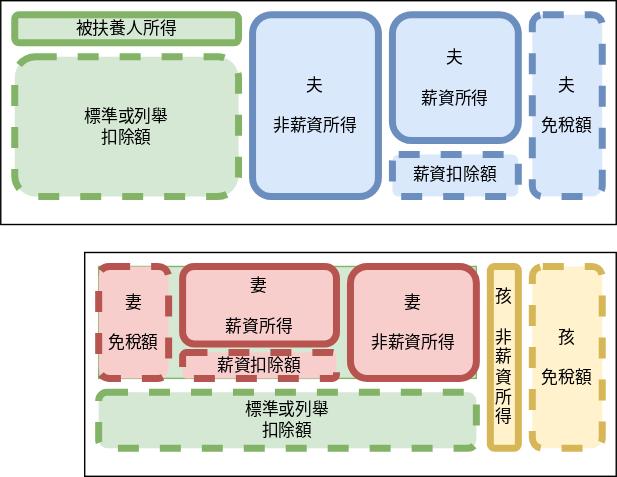
oopzzozzo/route-110 keeps this draw.io diagram as content/posts/leveraging-childrens-tax-allowance/married-and-tax-with-child.svg. Above is the earlier version. Source tidied: cells renumbered, new cells last; positions are measured from the earlier drawing's top-left corner, leaving out a move shared by most shapes. Source of this version:
```xml
<mxGraphModel>
  <root>
    <mxCell id="0" />
    <mxCell id="1" parent="0" />
    <mxCell id="2" value="&lt;div&gt;標準或列舉&lt;/div&gt;&lt;div&gt;扣除額&lt;/div&gt;" style="rounded=1;whiteSpace=wrap;html=1;fillColor=#d5e8d4;strokeColor=#82b366;strokeWidth=5;dashed=1;" parent="1" vertex="1">
      <mxGeometry x="10" y="40" width="160" height="100" as="geometry" />
    </mxCell>
    <mxCell id="3" value="被扶養人所得" style="rounded=1;whiteSpace=wrap;html=1;fillColor=#d5e8d4;strokeColor=#82b366;strokeWidth=5;" parent="1" vertex="1">
      <mxGeometry x="10" y="10" width="160" height="20" as="geometry" />
    </mxCell>
    <mxCell id="4" value="&lt;div&gt;夫&lt;/div&gt;&lt;div&gt;&lt;br&gt;&lt;/div&gt;&lt;div&gt;非薪資所得&lt;/div&gt;" style="rounded=1;whiteSpace=wrap;html=1;fillColor=#dae8fc;strokeColor=#6c8ebf;strokeWidth=5;" parent="1" vertex="1">
      <mxGeometry x="180" y="10" width="90" height="130" as="geometry" />
    </mxCell>
    <mxCell id="5" value="&lt;div&gt;夫&lt;/div&gt;&lt;div&gt;&lt;br&gt;&lt;/div&gt;&lt;div&gt;薪資所得&lt;/div&gt;" style="rounded=1;whiteSpace=wrap;html=1;fillColor=#dae8fc;strokeColor=#6c8ebf;strokeWidth=5;" parent="1" vertex="1">
      <mxGeometry x="280" y="10" width="90" height="90" as="geometry" />
    </mxCell>
    <mxCell id="6" value="&lt;div&gt;夫&lt;/div&gt;&lt;div&gt;&lt;br&gt;&lt;/div&gt;&lt;div&gt;免稅額&lt;/div&gt;" style="rounded=1;whiteSpace=wrap;html=1;fillColor=#dae8fc;strokeColor=#6c8ebf;strokeWidth=5;dashed=1;" parent="1" vertex="1">
      <mxGeometry x="380" y="10" width="50" height="130" as="geometry" />
    </mxCell>
    <mxCell id="7" value="薪資扣除額" style="rounded=1;whiteSpace=wrap;html=1;fillColor=#dae8fc;strokeColor=#6c8ebf;strokeWidth=5;dashed=1;" parent="1" vertex="1">
      <mxGeometry x="280" y="110" width="90" height="30" as="geometry" />
    </mxCell>
    <mxCell id="8" value="&lt;div&gt;標準或列舉&lt;/div&gt;&lt;div&gt;扣除額&lt;/div&gt;" style="rounded=1;whiteSpace=wrap;html=1;fillColor=#d5e8d4;strokeColor=#82b366;strokeWidth=5;dashed=1;" parent="1" vertex="1">
      <mxGeometry x="70" y="280" width="270" height="40" as="geometry" />
    </mxCell>
    <mxCell id="9" value="&lt;div&gt;孩&lt;/div&gt;&lt;div&gt;&lt;br&gt;&lt;/div&gt;&lt;div&gt;非薪資所得&lt;/div&gt;" style="rounded=1;whiteSpace=wrap;html=1;fillColor=#fff2cc;strokeColor=#d6b656;strokeWidth=5;" parent="1" vertex="1">
      <mxGeometry x="350" y="190" width="20" height="130" as="geometry" />
    </mxCell>
    <mxCell id="10" value="&lt;div&gt;孩&lt;/div&gt;&lt;div&gt;&lt;br&gt;&lt;/div&gt;&lt;div&gt;免稅額&lt;/div&gt;" style="rounded=1;whiteSpace=wrap;html=1;fillColor=#fff2cc;strokeColor=#d6b656;strokeWidth=5;dashed=1;" parent="1" vertex="1">
      <mxGeometry x="380" y="190" width="50" height="130" as="geometry" />
    </mxCell>
    <mxCell id="11" style="group;fillColor=#d5e8d4;strokeColor=#82b366;" parent="1" vertex="1">
      <mxGeometry x="70" y="190" width="270" height="80" as="geometry" />
    </mxCell>
    <mxCell id="12" value="&lt;div&gt;妻&lt;/div&gt;&lt;div&gt;&lt;br&gt;&lt;/div&gt;&lt;div&gt;非薪資所得&lt;/div&gt;" style="rounded=1;whiteSpace=wrap;html=1;fillColor=#f8cecc;strokeColor=#b85450;strokeWidth=5;" parent="11" vertex="1">
      <mxGeometry x="180" width="90" height="80" as="geometry" />
    </mxCell>
    <mxCell id="13" value="&lt;div&gt;妻&lt;/div&gt;&lt;div&gt;&lt;br&gt;&lt;/div&gt;&lt;div&gt;薪資所得&lt;/div&gt;" style="rounded=1;whiteSpace=wrap;html=1;fillColor=#f8cecc;strokeColor=#b85450;strokeWidth=5;" parent="11" vertex="1">
      <mxGeometry x="60" width="110" height="55.4" as="geometry" />
    </mxCell>
    <mxCell id="14" value="&lt;div&gt;妻&lt;/div&gt;&lt;div&gt;&lt;br&gt;&lt;/div&gt;&lt;div&gt;免稅額&lt;/div&gt;" style="rounded=1;whiteSpace=wrap;html=1;fillColor=#f8cecc;strokeColor=#b85450;strokeWidth=5;dashed=1;" parent="11" vertex="1">
      <mxGeometry width="50" height="80" as="geometry" />
    </mxCell>
    <mxCell id="15" value="薪資扣除額" style="rounded=1;whiteSpace=wrap;html=1;fillColor=#f8cecc;strokeColor=#b85450;strokeWidth=5;dashed=1;" parent="11" vertex="1">
      <mxGeometry x="60" y="61.5" width="110" height="18.5" as="geometry" />
    </mxCell>
    <mxCell id="16" style="rounded=0;whiteSpace=wrap;html=1;fillColor=none;" parent="1" vertex="1">
      <mxGeometry width="440" height="160" as="geometry" />
    </mxCell>
    <mxCell id="17" style="rounded=0;whiteSpace=wrap;html=1;fillColor=none;" parent="1" vertex="1">
      <mxGeometry x="60" y="180" width="380" height="160" as="geometry" />
    </mxCell>
  </root>
</mxGraphModel>
```
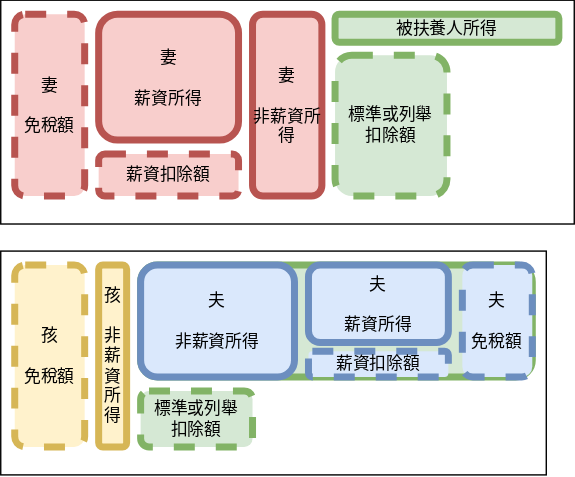
Later version of the same file.

What changed in the source:
```diff
@@ -2,53 +2,56 @@
   <root>
     <mxCell id="0" />
     <mxCell id="1" parent="0" />
-    <mxCell id="2" value="&lt;div&gt;標準或列舉&lt;/div&gt;&lt;div&gt;扣除額&lt;/div&gt;" style="rounded=1;whiteSpace=wrap;html=1;fillColor=#d5e8d4;strokeColor=#82b366;strokeWidth=5;dashed=1;" parent="1" vertex="1">
-      <mxGeometry x="10" y="40" width="160" height="100" as="geometry" />
-    </mxCell>
-    <mxCell id="3" value="被扶養人所得" style="rounded=1;whiteSpace=wrap;html=1;fillColor=#d5e8d4;strokeColor=#82b366;strokeWidth=5;" parent="1" vertex="1">
-      <mxGeometry x="10" y="10" width="160" height="20" as="geometry" />
-    </mxCell>
+    <mxCell id="18" style="rounded=0;whiteSpace=wrap;html=1;fillColor=none;" parent="1" vertex="1">
+      <mxGeometry x="-140" y="180" width="390" height="160" as="geometry" />
+    </mxCell>
+    <mxCell id="11" style="group;fillColor=#d5e8d4;align=center;verticalAlign=middle;fontFamily=Helvetica;fontSize=12;strokeColor=#82b366;rounded=1;strokeWidth=5;" parent="1" vertex="1">
+      <mxGeometry x="-40" y="190" width="280" height="80" as="geometry" />
+    </mxCell>
+    <mxCell id="19" style="group;" parent="1" vertex="1">
+      <mxGeometry x="-40" y="190" width="280" height="80" as="geometry" />
+    </mxCell>
-    <mxCell id="4" value="&lt;div&gt;夫&lt;/div&gt;&lt;div&gt;&lt;br&gt;&lt;/div&gt;&lt;div&gt;非薪資所得&lt;/div&gt;" style="rounded=1;whiteSpace=wrap;html=1;fillColor=#dae8fc;strokeColor=#6c8ebf;strokeWidth=5;" parent="1" vertex="1">
-      <mxGeometry x="180" y="10" width="90" height="130" as="geometry" />
+    <mxCell id="4" value="&lt;div&gt;夫&lt;/div&gt;&lt;div&gt;&lt;br&gt;&lt;/div&gt;&lt;div&gt;非薪資所得&lt;/div&gt;" style="rounded=1;whiteSpace=wrap;html=1;fillColor=#dae8fc;strokeColor=#6c8ebf;strokeWidth=5;" parent="19" vertex="1">
+      <mxGeometry width="110" height="80" as="geometry" />
     </mxCell>
-    <mxCell id="5" value="&lt;div&gt;夫&lt;/div&gt;&lt;div&gt;&lt;br&gt;&lt;/div&gt;&lt;div&gt;薪資所得&lt;/div&gt;" style="rounded=1;whiteSpace=wrap;html=1;fillColor=#dae8fc;strokeColor=#6c8ebf;strokeWidth=5;" parent="1" vertex="1">
-      <mxGeometry x="280" y="10" width="90" height="90" as="geometry" />
+    <mxCell id="5" value="&lt;div&gt;夫&lt;/div&gt;&lt;div&gt;&lt;br&gt;&lt;/div&gt;&lt;div&gt;薪資所得&lt;/div&gt;" style="rounded=1;whiteSpace=wrap;html=1;fillColor=#dae8fc;strokeColor=#6c8ebf;strokeWidth=5;" parent="19" vertex="1">
+      <mxGeometry x="120" width="100" height="55.4" as="geometry" />
     </mxCell>
-    <mxCell id="6" value="&lt;div&gt;夫&lt;/div&gt;&lt;div&gt;&lt;br&gt;&lt;/div&gt;&lt;div&gt;免稅額&lt;/div&gt;" style="rounded=1;whiteSpace=wrap;html=1;fillColor=#dae8fc;strokeColor=#6c8ebf;strokeWidth=5;dashed=1;" parent="1" vertex="1">
-      <mxGeometry x="380" y="10" width="50" height="130" as="geometry" />
+    <mxCell id="6" value="&lt;div&gt;夫&lt;/div&gt;&lt;div&gt;&lt;br&gt;&lt;/div&gt;&lt;div&gt;免稅額&lt;/div&gt;" style="rounded=1;whiteSpace=wrap;html=1;fillColor=#dae8fc;strokeColor=#6c8ebf;strokeWidth=5;dashed=1;" parent="19" vertex="1">
+      <mxGeometry x="230" width="50" height="80" as="geometry" />
     </mxCell>
-    <mxCell id="7" value="薪資扣除額" style="rounded=1;whiteSpace=wrap;html=1;fillColor=#dae8fc;strokeColor=#6c8ebf;strokeWidth=5;dashed=1;" parent="1" vertex="1">
-      <mxGeometry x="280" y="110" width="90" height="30" as="geometry" />
+    <mxCell id="7" value="薪資扣除額" style="rounded=1;whiteSpace=wrap;html=1;fillColor=#dae8fc;strokeColor=#6c8ebf;strokeWidth=5;dashed=1;" parent="19" vertex="1">
+      <mxGeometry x="120" y="61.5" width="100" height="18.5" as="geometry" />
     </mxCell>
-    <mxCell id="8" value="&lt;div&gt;標準或列舉&lt;/div&gt;&lt;div&gt;扣除額&lt;/div&gt;" style="rounded=1;whiteSpace=wrap;html=1;fillColor=#d5e8d4;strokeColor=#82b366;strokeWidth=5;dashed=1;" parent="1" vertex="1">
-      <mxGeometry x="70" y="280" width="270" height="40" as="geometry" />
-    </mxCell>
-    <mxCell id="9" value="&lt;div&gt;孩&lt;/div&gt;&lt;div&gt;&lt;br&gt;&lt;/div&gt;&lt;div&gt;非薪資所得&lt;/div&gt;" style="rounded=1;whiteSpace=wrap;html=1;fillColor=#fff2cc;strokeColor=#d6b656;strokeWidth=5;" parent="1" vertex="1">
-      <mxGeometry x="350" y="190" width="20" height="130" as="geometry" />
-    </mxCell>
-    <mxCell id="10" value="&lt;div&gt;孩&lt;/div&gt;&lt;div&gt;&lt;br&gt;&lt;/div&gt;&lt;div&gt;免稅額&lt;/div&gt;" style="rounded=1;whiteSpace=wrap;html=1;fillColor=#fff2cc;strokeColor=#d6b656;strokeWidth=5;dashed=1;" parent="1" vertex="1">
-      <mxGeometry x="380" y="190" width="50" height="130" as="geometry" />
-    </mxCell>
-    <mxCell id="11" style="group;fillColor=#d5e8d4;strokeColor=#82b366;" parent="1" vertex="1">
-      <mxGeometry x="70" y="190" width="270" height="80" as="geometry" />
-    </mxCell>
+    <mxCell id="20" style="rounded=0;whiteSpace=wrap;html=1;fillColor=none;" parent="1" vertex="1">
+      <mxGeometry x="-140" y="0.6" width="410" height="160" as="geometry" />
+    </mxCell>
+    <mxCell id="3" value="被扶養人所得" style="rounded=1;whiteSpace=wrap;html=1;fillColor=#d5e8d4;strokeColor=#82b366;strokeWidth=5;" parent="1" vertex="1">
+      <mxGeometry x="99" y="10.6" width="160" height="20" as="geometry" />
+    </mxCell>
-    <mxCell id="12" value="&lt;div&gt;妻&lt;/div&gt;&lt;div&gt;&lt;br&gt;&lt;/div&gt;&lt;div&gt;非薪資所得&lt;/div&gt;" style="rounded=1;whiteSpace=wrap;html=1;fillColor=#f8cecc;strokeColor=#b85450;strokeWidth=5;" parent="11" vertex="1">
-      <mxGeometry x="180" width="90" height="80" as="geometry" />
+    <mxCell id="12" value="&lt;div&gt;妻&lt;/div&gt;&lt;div&gt;&lt;br&gt;&lt;/div&gt;&lt;div&gt;非薪資所得&lt;/div&gt;" style="rounded=1;whiteSpace=wrap;html=1;fillColor=#f8cecc;strokeColor=#b85450;strokeWidth=5;" parent="1" vertex="1">
+      <mxGeometry x="40" y="10.6" width="49.6" height="130" as="geometry" />
     </mxCell>
-    <mxCell id="13" value="&lt;div&gt;妻&lt;/div&gt;&lt;div&gt;&lt;br&gt;&lt;/div&gt;&lt;div&gt;薪資所得&lt;/div&gt;" style="rounded=1;whiteSpace=wrap;html=1;fillColor=#f8cecc;strokeColor=#b85450;strokeWidth=5;" parent="11" vertex="1">
-      <mxGeometry x="60" width="110" height="55.4" as="geometry" />
+    <mxCell id="13" value="&lt;div&gt;妻&lt;/div&gt;&lt;div&gt;&lt;br&gt;&lt;/div&gt;&lt;div&gt;薪資所得&lt;/div&gt;" style="rounded=1;whiteSpace=wrap;html=1;fillColor=#f8cecc;strokeColor=#b85450;strokeWidth=5;" parent="1" vertex="1">
+      <mxGeometry x="-70" y="10.6" width="100" height="90" as="geometry" />
     </mxCell>
-    <mxCell id="14" value="&lt;div&gt;妻&lt;/div&gt;&lt;div&gt;&lt;br&gt;&lt;/div&gt;&lt;div&gt;免稅額&lt;/div&gt;" style="rounded=1;whiteSpace=wrap;html=1;fillColor=#f8cecc;strokeColor=#b85450;strokeWidth=5;dashed=1;" parent="11" vertex="1">
-      <mxGeometry width="50" height="80" as="geometry" />
+    <mxCell id="14" value="&lt;div&gt;妻&lt;/div&gt;&lt;div&gt;&lt;br&gt;&lt;/div&gt;&lt;div&gt;免稅額&lt;/div&gt;" style="rounded=1;whiteSpace=wrap;html=1;fillColor=#f8cecc;strokeColor=#b85450;strokeWidth=5;dashed=1;" parent="1" vertex="1">
+      <mxGeometry x="-130" y="10.6" width="50" height="130" as="geometry" />
     </mxCell>
-    <mxCell id="15" value="薪資扣除額" style="rounded=1;whiteSpace=wrap;html=1;fillColor=#f8cecc;strokeColor=#b85450;strokeWidth=5;dashed=1;" parent="11" vertex="1">
-      <mxGeometry x="60" y="61.5" width="110" height="18.5" as="geometry" />
+    <mxCell id="15" value="薪資扣除額" style="rounded=1;whiteSpace=wrap;html=1;fillColor=#f8cecc;strokeColor=#b85450;strokeWidth=5;dashed=1;" parent="1" vertex="1">
+      <mxGeometry x="-70" y="110.6" width="100" height="30" as="geometry" />
     </mxCell>
-    <mxCell id="16" style="rounded=0;whiteSpace=wrap;html=1;fillColor=none;" parent="1" vertex="1">
-      <mxGeometry width="440" height="160" as="geometry" />
-    </mxCell>
-    <mxCell id="17" style="rounded=0;whiteSpace=wrap;html=1;fillColor=none;" parent="1" vertex="1">
-      <mxGeometry x="60" y="180" width="380" height="160" as="geometry" />
-    </mxCell>
+    <mxCell id="9" value="&lt;div&gt;孩&lt;/div&gt;&lt;div&gt;&lt;br&gt;&lt;/div&gt;&lt;div&gt;非薪資所得&lt;/div&gt;" style="rounded=1;whiteSpace=wrap;html=1;fillColor=#fff2cc;strokeColor=#d6b656;strokeWidth=5;" parent="1" vertex="1">
+      <mxGeometry x="-70" y="190" width="20" height="130" as="geometry" />
+    </mxCell>
+    <mxCell id="10" value="&lt;div&gt;孩&lt;/div&gt;&lt;div&gt;&lt;br&gt;&lt;/div&gt;&lt;div&gt;免稅額&lt;/div&gt;" style="rounded=1;whiteSpace=wrap;html=1;fillColor=#fff2cc;strokeColor=#d6b656;strokeWidth=5;dashed=1;" parent="1" vertex="1">
+      <mxGeometry x="-130" y="190" width="50" height="130" as="geometry" />
+    </mxCell>
+    <mxCell id="21" value="&lt;div&gt;標準或列舉&lt;/div&gt;&lt;div&gt;扣除額&lt;/div&gt;" style="rounded=1;whiteSpace=wrap;html=1;fillColor=#d5e8d4;strokeColor=#82b366;strokeWidth=5;dashed=1;" parent="1" vertex="1">
+      <mxGeometry x="-40" y="280" width="80" height="40" as="geometry" />
+    </mxCell>
+    <mxCell id="22" value="&lt;div&gt;標準或列舉&lt;/div&gt;&lt;div&gt;扣除額&lt;/div&gt;" style="rounded=1;whiteSpace=wrap;html=1;fillColor=#d5e8d4;strokeColor=#82b366;strokeWidth=5;dashed=1;" parent="1" vertex="1">
+      <mxGeometry x="99" y="40" width="80" height="100.6" as="geometry" />
+    </mxCell>
   </root>
 </mxGraphModel>
```
